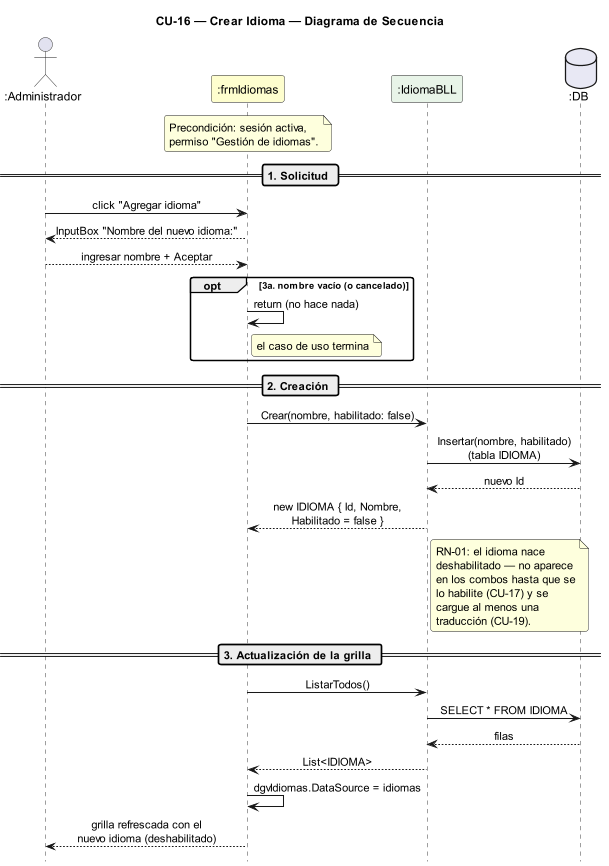
Urrels/ingenieria_software keeps this PlantUML diagram as DIAGRAMAS/DiagramaSecuencia_CU16_CrearIdioma.png. Above is the earlier version.
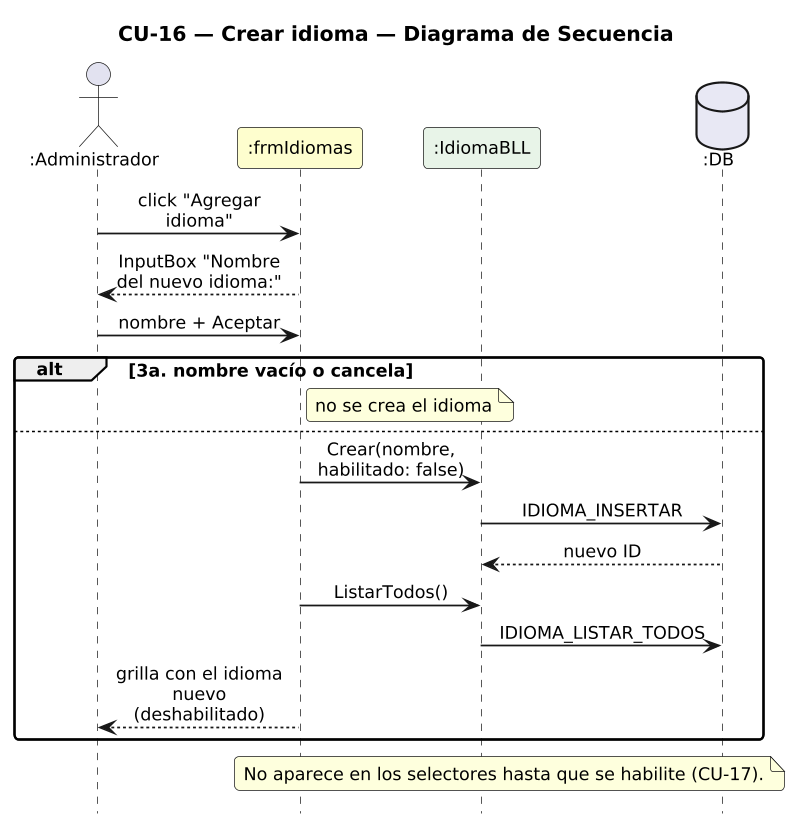
After the change.

Diff of the diagram source:
```diff
@@ -1,59 +1,36 @@
 @startuml DiagramaSecuencia_CU16_CrearIdioma
 
-title CU-16 — Crear Idioma — Diagrama de Secuencia
+title CU-16 — Crear idioma — Diagrama de Secuencia
 
 skinparam shadowing false
 skinparam roundcorner 6
 skinparam sequenceArrowThickness 1.2
-skinparam ParticipantPadding 14
+skinparam ParticipantPadding 6
+skinparam BoxPadding 4
+skinparam maxMessageSize 115
 skinparam sequenceMessageAlign center
+skinparam defaultFontSize 12
+skinparam dpi 140
 hide footbox
-scale 0.85
 
-actor       ":Administrador" as A
-participant ":frmIdiomas"    as FI #FEFECE
-participant ":IdiomaBLL"     as IB #E8F4E8
-database    ":DB"            as DB #E8E8F4
+actor ":Administrador" as A
+participant ":frmIdiomas" as F #FEFECE
+participant ":IdiomaBLL" as IB #E8F4E8
+database ":DB" as DB #E8E8F4
 
-note over FI
-  Precondición: sesión activa,
-  permiso "Gestión de idiomas".
-end note
-
-== 1. Solicitud ==
-
-A -> FI : click "Agregar idioma"
-FI --> A : InputBox "Nombre del nuevo idioma:"
-A --> FI : ingresar nombre + Aceptar
-
-opt 3a. nombre vacío (o cancelado)
-  FI -> FI : return (no hace nada)
-  note right of FI : el caso de uso termina
+A -> F : click "Agregar idioma"
+F --> A : InputBox "Nombre del nuevo idioma:"
+A -> F : nombre + Aceptar
+alt 3a. nombre vacío o cancela
+  note right of F : no se crea el idioma
+else
+  F -> IB : Crear(nombre, habilitado: false)
+  IB -> DB : IDIOMA_INSERTAR
+  DB --> IB : nuevo ID
+  F -> IB : ListarTodos()
+  IB -> DB : IDIOMA_LISTAR_TODOS
+  F --> A : grilla con el idioma nuevo (deshabilitado)
 end
-
-== 2. Creación ==
-
-FI -> IB : Crear(nombre, habilitado: false)
-IB -> DB : Insertar(nombre, habilitado)\n(tabla IDIOMA)
-DB --> IB : nuevo Id
-IB --> FI : new IDIOMA { Id, Nombre,\nHabilitado = false }
-
-note right of IB
-  RN-01: el idioma nace
-  deshabilitado — no aparece
-  en los combos hasta que se
-  lo habilite (CU-17) y se
-  cargue al menos una
-  traducción (CU-19).
-end note
-
-== 3. Actualización de la grilla ==
-
-FI -> IB : ListarTodos()
-IB -> DB : SELECT * FROM IDIOMA
-DB --> IB : filas
-IB --> FI : List<IDIOMA>
-FI -> FI : dgvIdiomas.DataSource = idiomas
-FI --> A : grilla refrescada con el\nnuevo idioma (deshabilitado)
+note over F, DB : No aparece en los selectores hasta que se habilite (CU-17).
 
 @enduml
```
